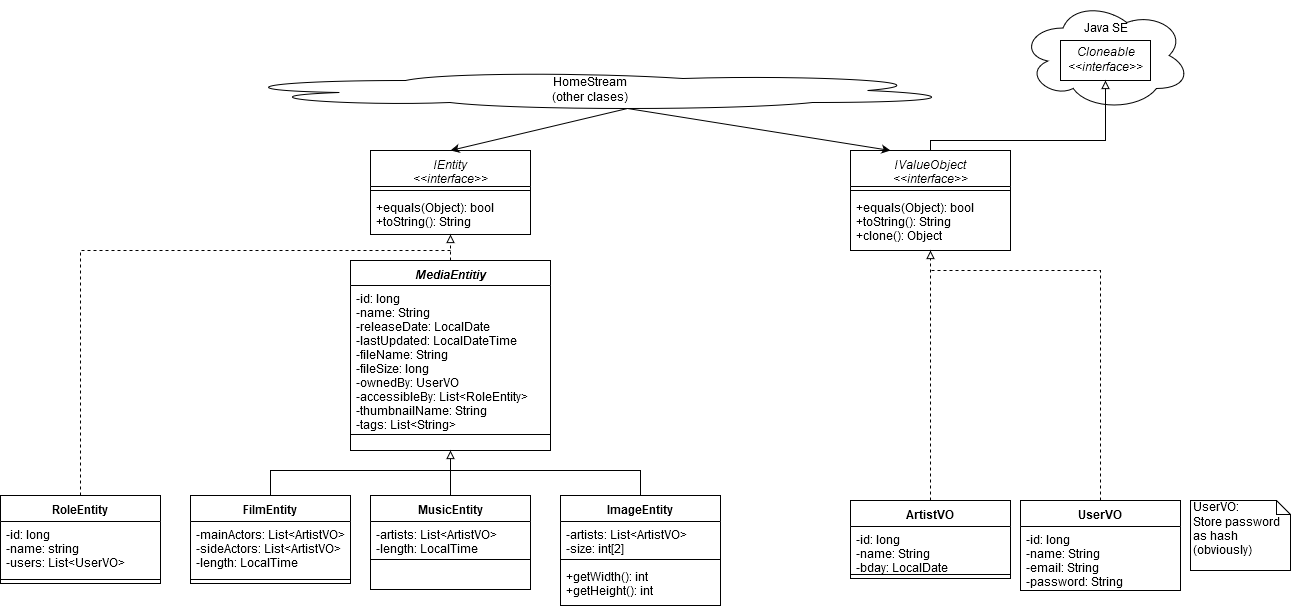
Above: tdoc/db/uml_layered_entities_alpha.png in crashkid3000/HomeStream (draw.io), before the change. Source tidied: cells renumbered, new cells last; positions are measured from the earlier drawing's top-left corner, leaving out a move shared by most shapes. The source it was exported from:
```xml
<mxGraphModel>
  <root>
    <mxCell id="0" />
    <mxCell id="1" parent="0" />
    <mxCell id="2" value="&lt;br&gt;&lt;div&gt;Java SE&lt;/div&gt;" style="ellipse;shape=cloud;whiteSpace=wrap;html=1;rounded=0;shadow=0;glass=0;comic=0;gradientColor=none;verticalAlign=top;" parent="1" vertex="1">
      <mxGeometry x="1020" width="170" height="110" as="geometry" />
    </mxCell>
    <mxCell id="3" value="&lt;div&gt;HomeStream&lt;/div&gt;&lt;div&gt;(other clases)&lt;br&gt;&lt;/div&gt;" style="ellipse;shape=cloud;whiteSpace=wrap;html=1;gradientColor=none;" parent="1" vertex="1">
      <mxGeometry x="220" y="70" width="740" height="40" as="geometry" />
    </mxCell>
    <mxCell id="4" value="MediaEntitiy&#10;" style="swimlane;fontStyle=3;align=center;verticalAlign=top;horizontal=1;startSize=25;gradientColor=none;" parent="1" vertex="1">
      <mxGeometry x="350" y="260" width="200" height="190" as="geometry" />
    </mxCell>
    <mxCell id="5" value="-id: long&#10;-name: String&#10;-releaseDate: LocalDate&#10;-lastUpdated: LocalDateTime&#10;-fileName: String&#10;-fileSize: long&#10;-ownedBy: UserVO&#10;-accessibleBy: List&lt;RoleEntity&gt;&#10;-thumbnailName: String&#10;-tags: List&lt;String&gt;&#10;&#10;&#10;" style="text;strokeColor=none;fillColor=none;align=left;verticalAlign=top;spacingLeft=4;spacingRight=4;overflow=hidden;" parent="4" vertex="1">
      <mxGeometry y="25" width="200" height="145" as="geometry" />
    </mxCell>
    <mxCell id="6" style="line;strokeWidth=1;fillColor=none;align=left;verticalAlign=middle;spacingTop=-1;spacingLeft=3;spacingRight=3;labelPosition=right;" parent="4" vertex="1">
      <mxGeometry y="170" width="200" height="8" as="geometry" />
    </mxCell>
    <mxCell id="7" value=" " style="text;strokeColor=none;fillColor=none;align=left;verticalAlign=top;spacingLeft=4;spacingRight=4;overflow=hidden;" parent="4" vertex="1">
      <mxGeometry y="178" width="200" height="12" as="geometry" />
    </mxCell>
    <mxCell id="8" value="&lt;div&gt;&lt;i&gt;Cloneable&lt;/i&gt;&lt;/div&gt;&lt;div&gt;&lt;i&gt;&amp;lt;&amp;lt;interface&amp;gt;&amp;gt;&lt;br&gt;&lt;/i&gt;&lt;/div&gt;" style="whiteSpace=wrap;html=1;gradientColor=none;glass=0;rounded=0;shadow=0;comic=0;" parent="1" vertex="1">
      <mxGeometry x="1060" y="40" width="90" height="40" as="geometry" />
    </mxCell>
    <mxCell id="9" style="endArrow=block;html=1;entryX=0.5;entryY=1;entryDx=0;entryDy=0;exitX=0.5;exitY=0;exitDx=0;exitDy=0;rounded=0;endFill=0;" parent="1" edge="1" source="13" target="8">
      <mxGeometry relative="1" as="geometry">
        <Array as="points">
          <mxPoint x="930" y="140" />
          <mxPoint x="1105" y="140" />
        </Array>
      </mxGeometry>
    </mxCell>
    <mxCell id="10" value="IEntity&#10;&lt;&lt;interface&gt;&gt;&#10;" style="swimlane;fontStyle=2;align=center;verticalAlign=top;horizontal=1;startSize=36;rounded=0;shadow=0;glass=0;comic=0;gradientColor=none;" parent="1" vertex="1">
      <mxGeometry x="370" y="150" width="160" height="84" as="geometry" />
    </mxCell>
    <mxCell id="11" style="line;strokeWidth=1;fillColor=none;align=left;verticalAlign=middle;spacingTop=-1;spacingLeft=3;spacingRight=3;labelPosition=right;" parent="10" vertex="1">
      <mxGeometry y="36" width="160" height="8" as="geometry" />
    </mxCell>
    <mxCell id="12" value="+equals(Object): bool&#10;+toString(): String&#10;" style="text;strokeColor=none;fillColor=none;align=left;verticalAlign=top;spacingLeft=4;spacingRight=4;overflow=hidden;" parent="10" vertex="1">
      <mxGeometry y="44" width="160" height="40" as="geometry" />
    </mxCell>
    <mxCell id="13" value="IValueObject&#10;&lt;&lt;interface&gt;&gt;&#10;" style="swimlane;fontStyle=2;align=center;verticalAlign=top;horizontal=1;startSize=36;rounded=0;shadow=0;glass=0;comic=0;gradientColor=none;" parent="1" vertex="1">
      <mxGeometry x="850" y="150" width="160" height="100" as="geometry" />
    </mxCell>
    <mxCell id="14" style="line;strokeWidth=1;fillColor=none;align=left;verticalAlign=middle;spacingTop=-1;spacingLeft=3;spacingRight=3;labelPosition=right;" parent="13" vertex="1">
      <mxGeometry y="36" width="160" height="8" as="geometry" />
    </mxCell>
    <mxCell id="15" value="+equals(Object): bool&#10;+toString(): String&#10;+clone(): Object&#10;" style="text;strokeColor=none;fillColor=none;align=left;verticalAlign=top;spacingLeft=4;spacingRight=4;overflow=hidden;" parent="13" vertex="1">
      <mxGeometry y="44" width="160" height="56" as="geometry" />
    </mxCell>
    <mxCell id="16" value="FilmEntity" style="swimlane;fontStyle=1;align=center;verticalAlign=top;horizontal=1;startSize=26;rounded=0;shadow=0;glass=0;comic=0;gradientColor=none;" parent="1" vertex="1">
      <mxGeometry x="190" y="495" width="160" height="88" as="geometry" />
    </mxCell>
    <mxCell id="17" value="-mainActors: List&lt;ArtistVO&gt;&#10;-sideActors: List&lt;ArtistVO&gt;&#10;-length: LocalTime&#10;" style="text;strokeColor=none;fillColor=none;align=left;verticalAlign=top;spacingLeft=4;spacingRight=4;overflow=hidden;" parent="16" vertex="1">
      <mxGeometry y="26" width="160" height="54" as="geometry" />
    </mxCell>
    <mxCell id="18" style="line;strokeWidth=1;fillColor=none;align=left;verticalAlign=middle;spacingTop=-1;spacingLeft=3;spacingRight=3;labelPosition=right;" parent="16" vertex="1">
      <mxGeometry y="80" width="160" height="8" as="geometry" />
    </mxCell>
    <mxCell id="19" value="ArtistVO" style="swimlane;fontStyle=1;align=center;verticalAlign=top;horizontal=1;startSize=26;rounded=0;shadow=0;glass=0;comic=0;gradientColor=none;" parent="1" vertex="1">
      <mxGeometry x="850" y="500" width="160" height="78" as="geometry" />
    </mxCell>
    <mxCell id="20" value="-id: long&#10;-name: String&#10;-bday: LocalDate&#10;" style="text;strokeColor=none;fillColor=none;align=left;verticalAlign=top;spacingLeft=4;spacingRight=4;overflow=hidden;" parent="19" vertex="1">
      <mxGeometry y="26" width="160" height="44" as="geometry" />
    </mxCell>
    <mxCell id="21" style="line;strokeWidth=1;fillColor=none;align=left;verticalAlign=middle;spacingTop=-1;spacingLeft=3;spacingRight=3;labelPosition=right;" parent="19" vertex="1">
      <mxGeometry y="70" width="160" height="8" as="geometry" />
    </mxCell>
    <mxCell id="22" style="endArrow=classic;html=1;entryX=0.5;entryY=0;entryDx=0;entryDy=0;exitX=0.55;exitY=0.95;exitDx=0;exitDy=0;exitPerimeter=0;" parent="1" edge="1" source="3" target="10">
      <mxGeometry relative="1" as="geometry" />
    </mxCell>
    <mxCell id="23" style="endArrow=classic;html=1;entryX=0.25;entryY=0;entryDx=0;entryDy=0;exitX=0.55;exitY=0.95;exitDx=0;exitDy=0;exitPerimeter=0;" parent="1" edge="1" source="3" target="13">
      <mxGeometry relative="1" as="geometry" />
    </mxCell>
    <mxCell id="24" style="endArrow=block;html=1;entryX=0.5;entryY=1;entryDx=0;entryDy=0;exitX=0.5;exitY=0;exitDx=0;exitDy=0;rounded=0;endFill=0;dashed=1;" parent="1" edge="1" source="4" target="10">
      <mxGeometry relative="1" as="geometry" />
    </mxCell>
    <mxCell id="25" value="MusicEntity" style="swimlane;fontStyle=1;align=center;verticalAlign=top;horizontal=1;startSize=26;rounded=0;shadow=0;glass=0;comic=0;gradientColor=none;" parent="1" vertex="1">
      <mxGeometry x="370" y="495" width="160" height="94" as="geometry" />
    </mxCell>
    <mxCell id="26" value="-artists: List&lt;ArtistVO&gt;&#10;-length: LocalTime&#10;" style="text;strokeColor=none;fillColor=none;align=left;verticalAlign=top;spacingLeft=4;spacingRight=4;overflow=hidden;" parent="25" vertex="1">
      <mxGeometry y="26" width="160" height="34" as="geometry" />
    </mxCell>
    <mxCell id="27" style="line;strokeWidth=1;fillColor=none;align=left;verticalAlign=middle;spacingTop=-1;spacingLeft=3;spacingRight=3;labelPosition=right;" parent="25" vertex="1">
      <mxGeometry y="60" width="160" height="8" as="geometry" />
    </mxCell>
    <mxCell id="28" value=" " style="text;strokeColor=none;fillColor=none;align=left;verticalAlign=top;spacingLeft=4;spacingRight=4;overflow=hidden;" parent="25" vertex="1">
      <mxGeometry y="68" width="160" height="26" as="geometry" />
    </mxCell>
    <mxCell id="29" value="ImageEntity" style="swimlane;fontStyle=1;align=center;verticalAlign=top;horizontal=1;startSize=26;rounded=0;shadow=0;glass=0;comic=0;gradientColor=none;" parent="1" vertex="1">
      <mxGeometry x="560" y="495" width="160" height="110" as="geometry" />
    </mxCell>
    <mxCell id="30" value="-artists: List&lt;ArtistVO&gt;&#10;-size: int[2]&#10;" style="text;strokeColor=none;fillColor=none;align=left;verticalAlign=top;spacingLeft=4;spacingRight=4;overflow=hidden;" parent="29" vertex="1">
      <mxGeometry y="26" width="160" height="34" as="geometry" />
    </mxCell>
    <mxCell id="31" style="line;strokeWidth=1;fillColor=none;align=left;verticalAlign=middle;spacingTop=-1;spacingLeft=3;spacingRight=3;labelPosition=right;" parent="29" vertex="1">
      <mxGeometry y="60" width="160" height="8" as="geometry" />
    </mxCell>
    <mxCell id="32" value="+getWidth(): int&#10;+getHeight(): int&#10;" style="text;strokeColor=none;fillColor=none;align=left;verticalAlign=top;spacingLeft=4;spacingRight=4;overflow=hidden;" parent="29" vertex="1">
      <mxGeometry y="68" width="160" height="42" as="geometry" />
    </mxCell>
    <mxCell id="33" style="endArrow=block;html=1;entryX=0.5;entryY=1;entryDx=0;entryDy=0;exitX=0.5;exitY=0;exitDx=0;exitDy=0;endFill=0;dashed=1;" parent="1" edge="1" source="19" target="13">
      <mxGeometry relative="1" as="geometry" />
    </mxCell>
    <mxCell id="34" style="endArrow=block;html=1;endFill=0;exitX=0.5;exitY=0;exitDx=0;exitDy=0;rounded=0;entryX=0.5;entryY=1;entryDx=0;entryDy=0;" parent="1" edge="1" source="16" target="4">
      <mxGeometry relative="1" as="geometry">
        <Array as="points">
          <mxPoint x="270" y="470" />
          <mxPoint x="450" y="470" />
        </Array>
      </mxGeometry>
    </mxCell>
    <mxCell id="35" style="endArrow=none;html=1;exitX=0.5;exitY=0;exitDx=0;exitDy=0;rounded=0;entryX=0.5;entryY=0;entryDx=0;entryDy=0;" parent="1" edge="1" source="25" target="29">
      <mxGeometry relative="1" as="geometry">
        <Array as="points">
          <mxPoint x="450" y="470" />
          <mxPoint x="640" y="470" />
        </Array>
      </mxGeometry>
    </mxCell>
    <mxCell id="36" value="UserVO" style="swimlane;fontStyle=1;align=center;verticalAlign=top;horizontal=1;startSize=26;rounded=0;shadow=0;glass=0;comic=0;gradientColor=none;" parent="1" vertex="1">
      <mxGeometry x="1020" y="500" width="160" height="90" as="geometry" />
    </mxCell>
    <mxCell id="37" value="-id: long&#10;-name: String&#10;-email: String&#10;-password: String&#10;&#10;" style="text;strokeColor=none;fillColor=none;align=left;verticalAlign=top;spacingLeft=4;spacingRight=4;overflow=hidden;" parent="36" vertex="1">
      <mxGeometry y="26" width="160" height="64" as="geometry" />
    </mxCell>
    <mxCell id="38" value="&lt;div&gt;UserVO:&lt;/div&gt;&lt;div&gt;Store password as hash (obviously)&lt;br&gt;&lt;/div&gt;" style="shape=note;whiteSpace=wrap;html=1;size=14;verticalAlign=top;align=left;spacingTop=-6;" parent="1" vertex="1">
      <mxGeometry x="1190" y="500" width="100" height="70" as="geometry" />
    </mxCell>
    <mxCell id="39" value="RoleEntity" style="swimlane;fontStyle=1;align=center;verticalAlign=top;horizontal=1;startSize=26;rounded=0;shadow=0;glass=0;comic=0;gradientColor=none;" parent="1" vertex="1">
      <mxGeometry y="495" width="160" height="88" as="geometry" />
    </mxCell>
    <mxCell id="40" value="-id: long&#10;-name: string&#10;-users: List&lt;UserVO&gt;&#10;" style="text;strokeColor=none;fillColor=none;align=left;verticalAlign=top;spacingLeft=4;spacingRight=4;overflow=hidden;" parent="39" vertex="1">
      <mxGeometry y="26" width="160" height="54" as="geometry" />
    </mxCell>
    <mxCell id="41" style="line;strokeWidth=1;fillColor=none;align=left;verticalAlign=middle;spacingTop=-1;spacingLeft=3;spacingRight=3;labelPosition=right;" parent="39" vertex="1">
      <mxGeometry y="80" width="160" height="8" as="geometry" />
    </mxCell>
    <mxCell id="42" style="endArrow=none;html=1;exitX=0.5;exitY=0;exitDx=0;exitDy=0;rounded=0;dashed=1;" parent="1" edge="1" source="39">
      <mxGeometry relative="1" as="geometry">
        <mxPoint x="450" y="250" as="targetPoint" />
        <Array as="points">
          <mxPoint x="80" y="250" />
        </Array>
      </mxGeometry>
    </mxCell>
    <mxCell id="43" style="endArrow=none;dashed=1;html=1;exitX=0.5;exitY=0;exitDx=0;exitDy=0;rounded=0;" parent="1" edge="1" source="36">
      <mxGeometry relative="1" as="geometry">
        <mxPoint x="930" y="270" as="targetPoint" />
        <Array as="points">
          <mxPoint x="1100" y="270" />
        </Array>
      </mxGeometry>
    </mxCell>
  </root>
</mxGraphModel>
```
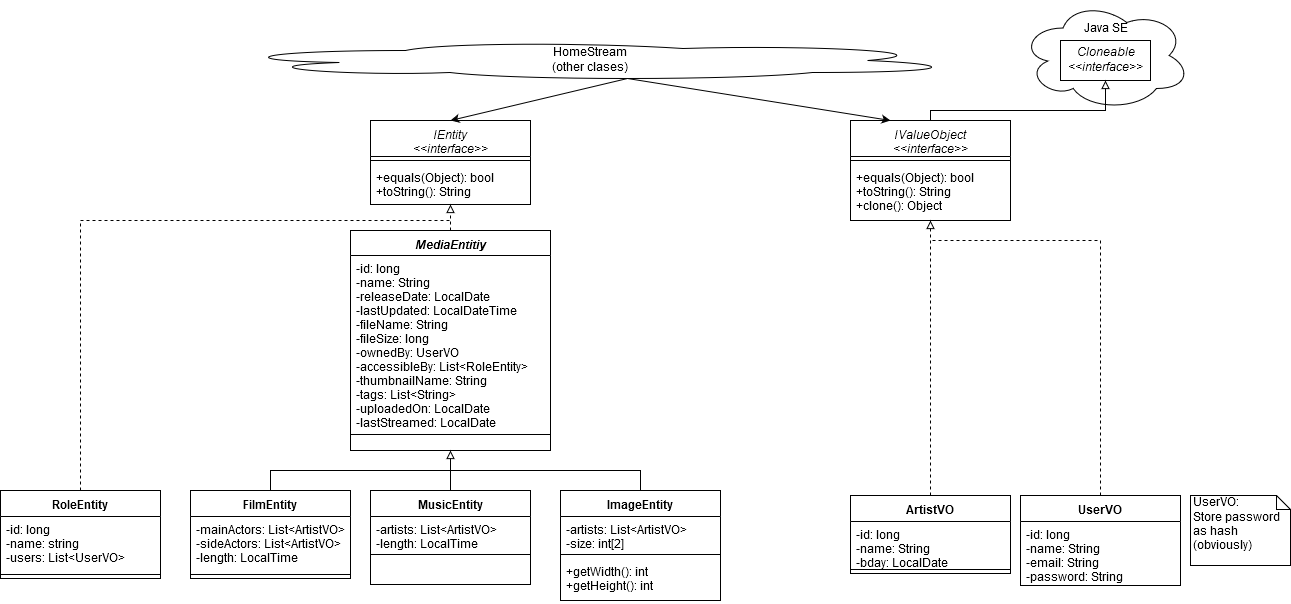
The same file after the commit.

What changed in the source:
```diff
@@ -3,36 +3,36 @@
     <mxCell id="0" />
     <mxCell id="1" parent="0" />
     <mxCell id="2" value="&lt;br&gt;&lt;div&gt;Java SE&lt;/div&gt;" style="ellipse;shape=cloud;whiteSpace=wrap;html=1;rounded=0;shadow=0;glass=0;comic=0;gradientColor=none;verticalAlign=top;" parent="1" vertex="1">
-      <mxGeometry x="1020" width="170" height="110" as="geometry" />
+      <mxGeometry x="1020" y="5" width="170" height="110" as="geometry" />
     </mxCell>
     <mxCell id="3" value="&lt;div&gt;HomeStream&lt;/div&gt;&lt;div&gt;(other clases)&lt;br&gt;&lt;/div&gt;" style="ellipse;shape=cloud;whiteSpace=wrap;html=1;gradientColor=none;" parent="1" vertex="1">
-      <mxGeometry x="220" y="70" width="740" height="40" as="geometry" />
+      <mxGeometry x="220" y="45" width="740" height="40" as="geometry" />
     </mxCell>
     <mxCell id="4" value="MediaEntitiy&#10;" style="swimlane;fontStyle=3;align=center;verticalAlign=top;horizontal=1;startSize=25;gradientColor=none;" parent="1" vertex="1">
-      <mxGeometry x="350" y="260" width="200" height="190" as="geometry" />
+      <mxGeometry x="350" y="235" width="200" height="220" as="geometry" />
     </mxCell>
-    <mxCell id="5" value="-id: long&#10;-name: String&#10;-releaseDate: LocalDate&#10;-lastUpdated: LocalDateTime&#10;-fileName: String&#10;-fileSize: long&#10;-ownedBy: UserVO&#10;-accessibleBy: List&lt;RoleEntity&gt;&#10;-thumbnailName: String&#10;-tags: List&lt;String&gt;&#10;&#10;&#10;" style="text;strokeColor=none;fillColor=none;align=left;verticalAlign=top;spacingLeft=4;spacingRight=4;overflow=hidden;" parent="4" vertex="1">
-      <mxGeometry y="25" width="200" height="145" as="geometry" />
+    <mxCell id="5" value="-id: long&#10;-name: String&#10;-releaseDate: LocalDate&#10;-lastUpdated: LocalDateTime&#10;-fileName: String&#10;-fileSize: long&#10;-ownedBy: UserVO&#10;-accessibleBy: List&lt;RoleEntity&gt;&#10;-thumbnailName: String&#10;-tags: List&lt;String&gt;&#10;-uploadedOn: LocalDate&#10;-lastStreamed: LocalDate&#10;&#10;&#10;" style="text;strokeColor=none;fillColor=none;align=left;verticalAlign=top;spacingLeft=4;spacingRight=4;overflow=hidden;" parent="4" vertex="1">
+      <mxGeometry y="25" width="200" height="175" as="geometry" />
     </mxCell>
     <mxCell id="6" style="line;strokeWidth=1;fillColor=none;align=left;verticalAlign=middle;spacingTop=-1;spacingLeft=3;spacingRight=3;labelPosition=right;" parent="4" vertex="1">
-      <mxGeometry y="170" width="200" height="8" as="geometry" />
+      <mxGeometry y="200" width="200" height="8" as="geometry" />
     </mxCell>
     <mxCell id="7" value=" " style="text;strokeColor=none;fillColor=none;align=left;verticalAlign=top;spacingLeft=4;spacingRight=4;overflow=hidden;" parent="4" vertex="1">
-      <mxGeometry y="178" width="200" height="12" as="geometry" />
+      <mxGeometry y="208" width="200" height="12" as="geometry" />
     </mxCell>
     <mxCell id="8" value="&lt;div&gt;&lt;i&gt;Cloneable&lt;/i&gt;&lt;/div&gt;&lt;div&gt;&lt;i&gt;&amp;lt;&amp;lt;interface&amp;gt;&amp;gt;&lt;br&gt;&lt;/i&gt;&lt;/div&gt;" style="whiteSpace=wrap;html=1;gradientColor=none;glass=0;rounded=0;shadow=0;comic=0;" parent="1" vertex="1">
-      <mxGeometry x="1060" y="40" width="90" height="40" as="geometry" />
+      <mxGeometry x="1060" y="45" width="90" height="40" as="geometry" />
     </mxCell>
     <mxCell id="9" style="endArrow=block;html=1;entryX=0.5;entryY=1;entryDx=0;entryDy=0;exitX=0.5;exitY=0;exitDx=0;exitDy=0;rounded=0;endFill=0;" parent="1" edge="1" source="13" target="8">
       <mxGeometry relative="1" as="geometry">
         <Array as="points">
-          <mxPoint x="930" y="140" />
-          <mxPoint x="1105" y="140" />
+          <mxPoint x="930" y="115" />
+          <mxPoint x="1105" y="115" />
         </Array>
       </mxGeometry>
     </mxCell>
     <mxCell id="10" value="IEntity&#10;&lt;&lt;interface&gt;&gt;&#10;" style="swimlane;fontStyle=2;align=center;verticalAlign=top;horizontal=1;startSize=36;rounded=0;shadow=0;glass=0;comic=0;gradientColor=none;" parent="1" vertex="1">
-      <mxGeometry x="370" y="150" width="160" height="84" as="geometry" />
+      <mxGeometry x="370" y="125" width="160" height="84" as="geometry" />
     </mxCell>
     <mxCell id="11" style="line;strokeWidth=1;fillColor=none;align=left;verticalAlign=middle;spacingTop=-1;spacingLeft=3;spacingRight=3;labelPosition=right;" parent="10" vertex="1">
       <mxGeometry y="36" width="160" height="8" as="geometry" />
@@ -41,7 +41,7 @@
       <mxGeometry y="44" width="160" height="40" as="geometry" />
     </mxCell>
     <mxCell id="13" value="IValueObject&#10;&lt;&lt;interface&gt;&gt;&#10;" style="swimlane;fontStyle=2;align=center;verticalAlign=top;horizontal=1;startSize=36;rounded=0;shadow=0;glass=0;comic=0;gradientColor=none;" parent="1" vertex="1">
-      <mxGeometry x="850" y="150" width="160" height="100" as="geometry" />
+      <mxGeometry x="850" y="125" width="160" height="100" as="geometry" />
     </mxCell>
     <mxCell id="14" style="line;strokeWidth=1;fillColor=none;align=left;verticalAlign=middle;spacingTop=-1;spacingLeft=3;spacingRight=3;labelPosition=right;" parent="13" vertex="1">
       <mxGeometry y="36" width="160" height="8" as="geometry" />
@@ -106,16 +106,16 @@
     <mxCell id="34" style="endArrow=block;html=1;endFill=0;exitX=0.5;exitY=0;exitDx=0;exitDy=0;rounded=0;entryX=0.5;entryY=1;entryDx=0;entryDy=0;" parent="1" edge="1" source="16" target="4">
       <mxGeometry relative="1" as="geometry">
         <Array as="points">
-          <mxPoint x="270" y="470" />
-          <mxPoint x="450" y="470" />
+          <mxPoint x="270" y="475" />
+          <mxPoint x="450" y="475" />
         </Array>
       </mxGeometry>
     </mxCell>
     <mxCell id="35" style="endArrow=none;html=1;exitX=0.5;exitY=0;exitDx=0;exitDy=0;rounded=0;entryX=0.5;entryY=0;entryDx=0;entryDy=0;" parent="1" edge="1" source="25" target="29">
       <mxGeometry relative="1" as="geometry">
         <Array as="points">
-          <mxPoint x="450" y="470" />
-          <mxPoint x="640" y="470" />
+          <mxPoint x="450" y="475" />
+          <mxPoint x="640" y="475" />
         </Array>
       </mxGeometry>
     </mxCell>
@@ -139,17 +139,17 @@
     </mxCell>
     <mxCell id="42" style="endArrow=none;html=1;exitX=0.5;exitY=0;exitDx=0;exitDy=0;rounded=0;dashed=1;" parent="1" edge="1" source="39">
       <mxGeometry relative="1" as="geometry">
-        <mxPoint x="450" y="250" as="targetPoint" />
+        <mxPoint x="450" y="225" as="targetPoint" />
         <Array as="points">
-          <mxPoint x="80" y="250" />
+          <mxPoint x="80" y="225" />
         </Array>
       </mxGeometry>
     </mxCell>
     <mxCell id="43" style="endArrow=none;dashed=1;html=1;exitX=0.5;exitY=0;exitDx=0;exitDy=0;rounded=0;" parent="1" edge="1" source="36">
       <mxGeometry relative="1" as="geometry">
-        <mxPoint x="930" y="270" as="targetPoint" />
+        <mxPoint x="930" y="245" as="targetPoint" />
         <Array as="points">
-          <mxPoint x="1100" y="270" />
+          <mxPoint x="1100" y="245" />
         </Array>
       </mxGeometry>
     </mxCell>
```
